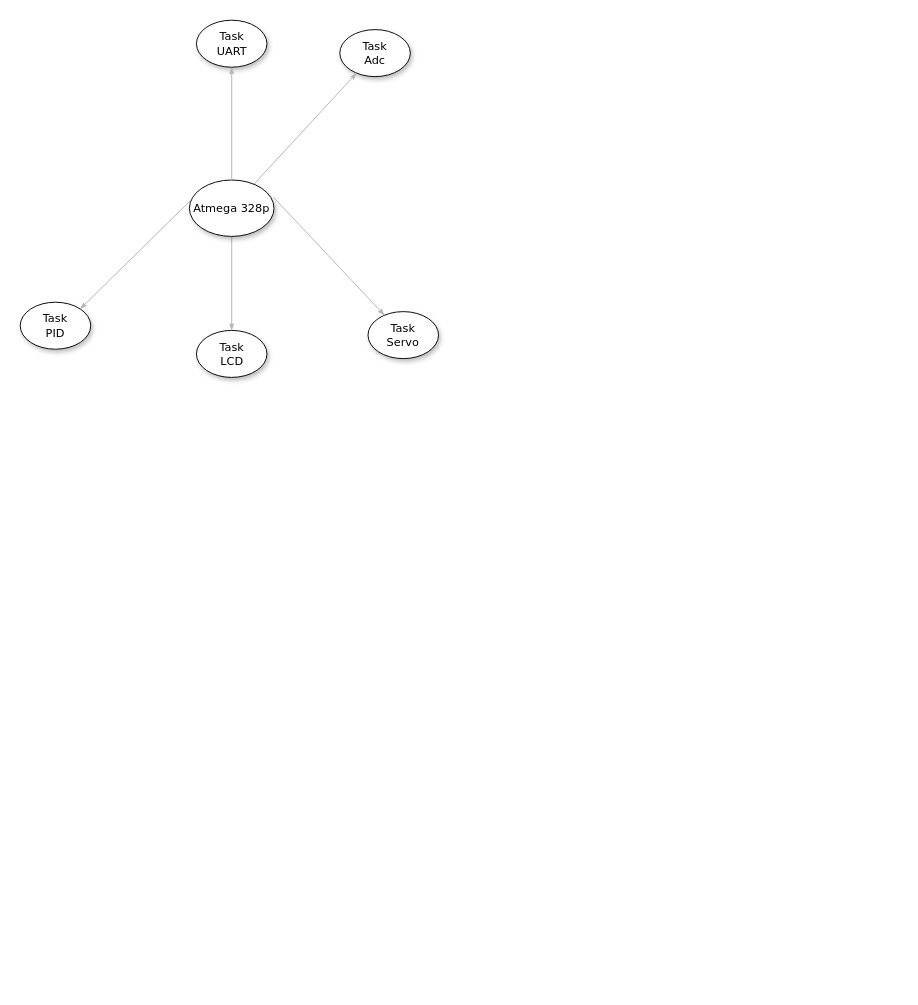
Above: Untitled Diagram.drawio in martin563/computadores2 (draw.io), before the change. Source tidied: cells renumbered, new cells numbered last; positions are measured from the earlier drawing's top-left corner, leaving out a move shared by most shapes. Both pictures are drawn from the tidied source at 94%, with x=0, y=0 at pixel (20, 20).
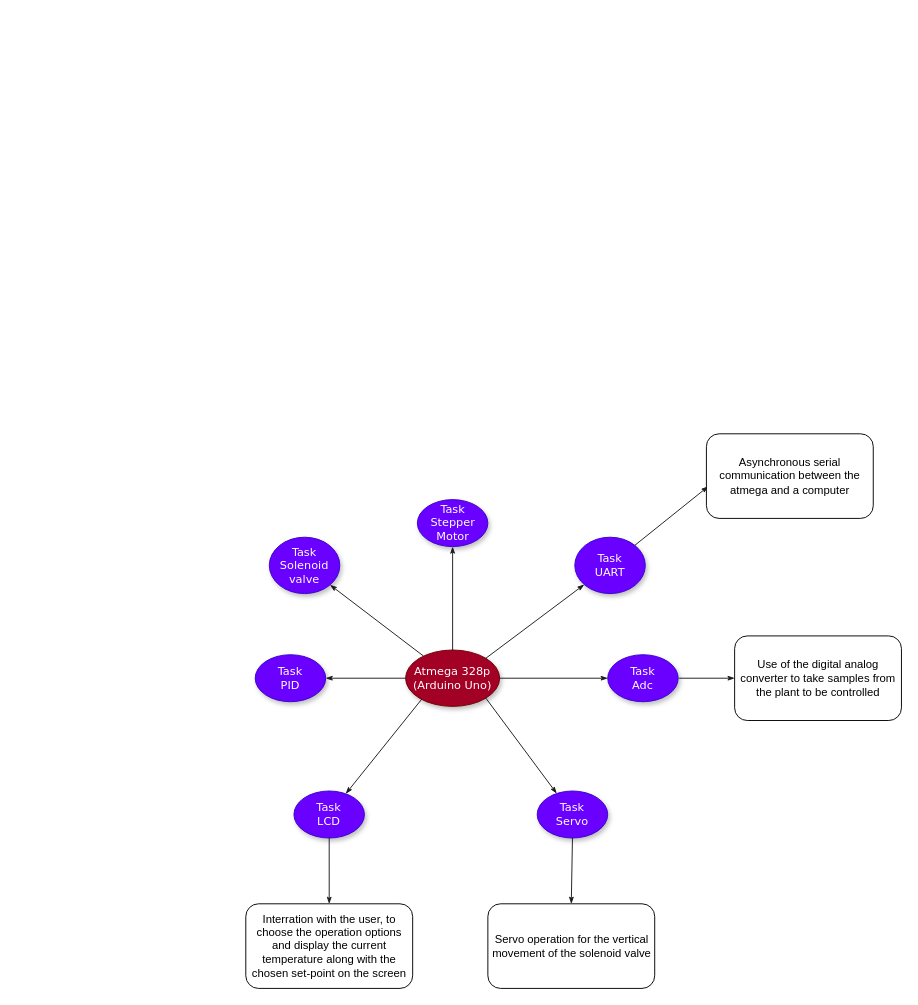
The same page after the edit.

Change to the diagram source:
```diff
@@
-    <mxCell id="2" style="edgeStyle=none;rounded=1;html=1;labelBackgroundColor=none;startArrow=none;startFill=0;startSize=5;endArrow=classicThin;endFill=1;endSize=5;jettySize=auto;strokeColor=#B3B3B3;strokeWidth=1;fontFamily=Verdana;fontSize=12;" parent="1" edge="1" source="3" target="4">
-      <mxGeometry relative="1" as="geometry" />
-    </mxCell>
-    <mxCell id="3" value="Atmega 328p" style="ellipse;whiteSpace=wrap;html=1;rounded=0;shadow=1;comic=0;labelBackgroundColor=none;strokeWidth=1;fontFamily=Verdana;fontSize=12;align=center;" parent="1" vertex="1">
-      <mxGeometry x="180" y="170" width="90" height="60" as="geometry" />
-    </mxCell>
+    <mxCell id="13" style="edgeStyle=none;rounded=1;html=1;labelBackgroundColor=none;startArrow=none;startFill=0;startSize=5;endArrow=classicThin;endFill=1;endSize=5;jettySize=auto;strokeWidth=1;fontFamily=Verdana;fontSize=12;fillColor=#e1d5e7;strokeColor=#1A1A1A;" parent="1" edge="1" target="4">
+      <mxGeometry relative="1" as="geometry">
+        <mxPoint x="429" y="720" as="sourcePoint" />
+      </mxGeometry>
+    </mxCell>
+    <mxCell id="14" value="Atmega 328p&lt;br&gt;(Arduino Uno)" style="ellipse;whiteSpace=wrap;html=1;rounded=0;shadow=1;comic=0;labelBackgroundColor=none;strokeWidth=1;fontFamily=Verdana;fontSize=12;align=center;fillColor=#a20025;strokeColor=#6F0000;fontColor=#ffffff;" parent="1" vertex="1">
+      <mxGeometry x="410" y="670" width="100" height="60" as="geometry" />
+    </mxCell>
-    <mxCell id="4" value="Task&lt;br&gt;LCD" style="ellipse;whiteSpace=wrap;html=1;rounded=0;shadow=1;comic=0;labelBackgroundColor=none;strokeWidth=1;fontFamily=Verdana;fontSize=12;align=center;" parent="1" vertex="1">
-      <mxGeometry x="187.5" y="330" width="75" height="50" as="geometry" />
+    <mxCell id="4" value="Task&lt;br&gt;LCD" style="ellipse;whiteSpace=wrap;html=1;rounded=0;shadow=1;comic=0;labelBackgroundColor=none;strokeWidth=1;fontFamily=Verdana;fontSize=12;align=center;fillColor=#6a00ff;strokeColor=#3700CC;fontColor=#ffffff;" parent="1" vertex="1">
+      <mxGeometry x="291.2" y="820" width="75" height="50" as="geometry" />
     </mxCell>
-    <mxCell id="5" value="Task&lt;br&gt;Servo" style="ellipse;whiteSpace=wrap;html=1;rounded=0;shadow=1;comic=0;labelBackgroundColor=none;strokeWidth=1;fontFamily=Verdana;fontSize=12;align=center;" parent="1" vertex="1">
-      <mxGeometry x="370" y="310" width="75" height="50" as="geometry" />
+    <mxCell id="5" value="Task&lt;br&gt;Servo" style="ellipse;whiteSpace=wrap;html=1;rounded=0;shadow=1;comic=0;labelBackgroundColor=none;strokeWidth=1;fontFamily=Verdana;fontSize=12;align=center;fillColor=#6a00ff;strokeColor=#3700CC;fontColor=#ffffff;" parent="1" vertex="1">
+      <mxGeometry x="550" y="820" width="75" height="50" as="geometry" />
     </mxCell>
-    <mxCell id="6" value="Task&lt;br&gt;PID" style="ellipse;whiteSpace=wrap;html=1;rounded=0;shadow=1;comic=0;labelBackgroundColor=none;strokeWidth=1;fontFamily=Verdana;fontSize=12;align=center;" parent="1" vertex="1">
-      <mxGeometry y="300" width="75" height="50" as="geometry" />
+    <mxCell id="6" value="Task&lt;br&gt;PID" style="ellipse;whiteSpace=wrap;html=1;rounded=0;shadow=1;comic=0;labelBackgroundColor=none;strokeWidth=1;fontFamily=Verdana;fontSize=12;align=center;fillColor=#6a00ff;strokeColor=#3700CC;fontColor=#ffffff;" parent="1" vertex="1">
+      <mxGeometry x="250" y="675" width="75" height="50" as="geometry" />
     </mxCell>
-    <mxCell id="7" style="edgeStyle=none;rounded=1;html=1;labelBackgroundColor=none;startArrow=none;startFill=0;startSize=5;endArrow=classicThin;endFill=1;endSize=5;jettySize=auto;strokeColor=#B3B3B3;strokeWidth=1;fontFamily=Verdana;fontSize=12;exitX=1;exitY=0.317;exitDx=0;exitDy=0;exitPerimeter=0;" parent="1" edge="1" source="3" target="5">
-      <mxGeometry relative="1" as="geometry" />
-    </mxCell>
-    <mxCell id="8" style="edgeStyle=none;rounded=1;html=1;labelBackgroundColor=none;startArrow=none;startFill=0;startSize=5;endArrow=classicThin;endFill=1;endSize=5;jettySize=auto;strokeColor=#B3B3B3;strokeWidth=1;fontFamily=Verdana;fontSize=12;entryX=1;entryY=0;entryDx=0;entryDy=0;exitX=0.022;exitY=0.35;exitDx=0;exitDy=0;exitPerimeter=0;" parent="1" edge="1" source="3" target="6">
-      <mxGeometry relative="1" as="geometry" />
-    </mxCell>
+    <mxCell id="15" style="edgeStyle=none;rounded=1;html=1;labelBackgroundColor=none;startArrow=none;startFill=0;startSize=5;endArrow=classicThin;endFill=1;endSize=5;jettySize=auto;strokeWidth=1;fontFamily=Verdana;fontSize=12;strokeColor=#1A1A1A;exitX=1;exitY=1;exitDx=0;exitDy=0;" parent="1" edge="1" source="14" target="5">
+      <mxGeometry relative="1" as="geometry" />
+    </mxCell>
+    <mxCell id="16" style="edgeStyle=none;rounded=1;html=1;labelBackgroundColor=none;startArrow=none;startFill=0;startSize=5;endArrow=classicThin;endFill=1;endSize=5;jettySize=auto;strokeWidth=1;fontFamily=Verdana;fontSize=12;strokeColor=#1A1A1A;exitX=1;exitY=0.5;exitDx=0;exitDy=0;" parent="1" edge="1" source="14" target="9">
+      <mxGeometry relative="1" as="geometry" />
+    </mxCell>
+    <mxCell id="11" value="Task&lt;br&gt;UART" style="ellipse;whiteSpace=wrap;html=1;rounded=0;shadow=1;comic=0;labelBackgroundColor=none;strokeWidth=1;fontFamily=Verdana;fontSize=12;align=center;fillColor=#6a00ff;strokeColor=#3700CC;fontColor=#ffffff;" parent="1" vertex="1">
+      <mxGeometry x="590" y="550" width="75" height="60" as="geometry" />
+    </mxCell>
+    <mxCell id="17" style="edgeStyle=none;rounded=1;html=1;labelBackgroundColor=none;startArrow=none;startFill=0;startSize=5;endArrow=classicThin;endFill=1;endSize=5;jettySize=auto;strokeWidth=1;fontFamily=Verdana;fontSize=12;exitX=1;exitY=0;exitDx=0;exitDy=0;strokeColor=#1A1A1A;" parent="1" edge="1" source="14" target="11">
+      <mxGeometry relative="1" as="geometry" />
+    </mxCell>
+    <mxCell id="18" value="Task&lt;br&gt;Solenoid valve" style="ellipse;whiteSpace=wrap;html=1;rounded=0;shadow=1;comic=0;labelBackgroundColor=none;strokeWidth=1;fontFamily=Verdana;fontSize=12;align=center;fillColor=#6a00ff;strokeColor=#3700CC;fontColor=#ffffff;" parent="1" vertex="1">
+      <mxGeometry x="265" y="550" width="75" height="60" as="geometry" />
+    </mxCell>
+    <mxCell id="19" style="edgeStyle=none;rounded=1;html=1;labelBackgroundColor=none;startArrow=none;startFill=0;startSize=5;endArrow=classicThin;endFill=1;endSize=5;jettySize=auto;strokeWidth=1;fontFamily=Verdana;fontSize=12;strokeColor=#1A1A1A;" parent="1" edge="1" source="14" target="18">
+      <mxGeometry relative="1" as="geometry" />
+    </mxCell>
+    <mxCell id="20" value="Task&lt;br&gt;Stepper Motor" style="ellipse;whiteSpace=wrap;html=1;rounded=0;shadow=1;comic=0;labelBackgroundColor=none;strokeWidth=1;fontFamily=Verdana;fontSize=12;align=center;fillColor=#6a00ff;strokeColor=#3700CC;fontColor=#ffffff;" parent="1" vertex="1">
+      <mxGeometry x="422.5" y="510" width="75" height="50" as="geometry" />
+    </mxCell>
+    <mxCell id="21" style="edgeStyle=none;rounded=1;html=1;labelBackgroundColor=none;startArrow=none;startFill=0;startSize=5;endArrow=classicThin;endFill=1;endSize=5;jettySize=auto;strokeWidth=1;fontFamily=Verdana;fontSize=12;exitX=0;exitY=0.5;exitDx=0;exitDy=0;strokeColor=#1A1A1A;" parent="1" edge="1" source="14" target="6">
+      <mxGeometry relative="1" as="geometry" />
+    </mxCell>
-    <mxCell id="9" value="Task&lt;br&gt;Adc" style="ellipse;whiteSpace=wrap;html=1;rounded=0;shadow=1;comic=0;labelBackgroundColor=none;strokeWidth=1;fontFamily=Verdana;fontSize=12;align=center;" parent="1" vertex="1">
-      <mxGeometry x="340" y="10" width="75" height="50" as="geometry" />
+    <mxCell id="9" value="Task&lt;br&gt;Adc" style="ellipse;whiteSpace=wrap;html=1;rounded=0;shadow=1;comic=0;labelBackgroundColor=none;strokeWidth=1;fontFamily=Verdana;fontSize=12;align=center;fillColor=#6a00ff;strokeColor=#3700CC;fontColor=#ffffff;" parent="1" vertex="1">
+      <mxGeometry x="625" y="675" width="75" height="50" as="geometry" />
     </mxCell>
-    <mxCell id="10" style="edgeStyle=none;rounded=1;html=1;labelBackgroundColor=none;startArrow=none;startFill=0;startSize=5;endArrow=classicThin;endFill=1;endSize=5;jettySize=auto;strokeColor=#B3B3B3;strokeWidth=1;fontFamily=Verdana;fontSize=12;" parent="1" edge="1" source="3" target="9">
-      <mxGeometry relative="1" as="geometry" />
-    </mxCell>
-    <mxCell id="11" value="Task&lt;br&gt;UART" style="ellipse;whiteSpace=wrap;html=1;rounded=0;shadow=1;comic=0;labelBackgroundColor=none;strokeWidth=1;fontFamily=Verdana;fontSize=12;align=center;" parent="1" vertex="1">
-      <mxGeometry x="187.5" width="75" height="50" as="geometry" />
-    </mxCell>
-    <mxCell id="12" style="edgeStyle=none;rounded=1;html=1;labelBackgroundColor=none;startArrow=none;startFill=0;startSize=5;endArrow=classicThin;endFill=1;endSize=5;jettySize=auto;strokeColor=#B3B3B3;strokeWidth=1;fontFamily=Verdana;fontSize=12;entryX=0.5;entryY=1;entryDx=0;entryDy=0;exitX=0.5;exitY=0;exitDx=0;exitDy=0;" parent="1" edge="1" source="3" target="11">
-      <mxGeometry relative="1" as="geometry" />
-    </mxCell>
+    <mxCell id="22" style="edgeStyle=none;rounded=1;html=1;labelBackgroundColor=none;startArrow=none;startFill=0;startSize=5;endArrow=classicThin;endFill=1;endSize=5;jettySize=auto;strokeWidth=1;fontFamily=Verdana;fontSize=12;exitX=0.5;exitY=0;exitDx=0;exitDy=0;entryX=0.5;entryY=1;entryDx=0;entryDy=0;strokeColor=#1A1A1A;" parent="1" edge="1" source="14" target="20">
+      <mxGeometry relative="1" as="geometry" />
+    </mxCell>
+    <mxCell id="23" style="edgeStyle=none;rounded=1;html=1;labelBackgroundColor=none;startArrow=none;startFill=0;startSize=5;endArrow=classicThin;endFill=1;endSize=5;jettySize=auto;strokeWidth=1;fontFamily=Verdana;fontSize=12;fillColor=#e1d5e7;strokeColor=#1A1A1A;exitX=0.5;exitY=1;exitDx=0;exitDy=0;" parent="1" edge="1" source="4" target="24">
+      <mxGeometry relative="1" as="geometry" />
+    </mxCell>
+    <mxCell id="24" value="Interration with the user, to choose the operation options and display the current temperature along with the chosen set-point on the screen" style="rounded=1;whiteSpace=wrap;html=1;" parent="1" vertex="1">
+      <mxGeometry x="240" y="940" width="177.5" height="90" as="geometry" />
+    </mxCell>
+    <mxCell id="25" style="edgeStyle=none;rounded=1;html=1;labelBackgroundColor=none;startArrow=none;startFill=0;startSize=5;endArrow=classicThin;endFill=1;endSize=5;jettySize=auto;strokeWidth=1;fontFamily=Verdana;fontSize=12;fillColor=#e1d5e7;strokeColor=#1A1A1A;exitX=0.5;exitY=1;exitDx=0;exitDy=0;entryX=0.5;entryY=0;entryDx=0;entryDy=0;" parent="1" edge="1" source="5" target="26">
+      <mxGeometry relative="1" as="geometry" />
+    </mxCell>
+    <mxCell id="26" value="Servo operation for the vertical movement of the solenoid valve" style="rounded=1;whiteSpace=wrap;html=1;" parent="1" vertex="1">
+      <mxGeometry x="497.5" y="940" width="177.5" height="90" as="geometry" />
+    </mxCell>
+    <mxCell id="27" style="edgeStyle=none;rounded=1;html=1;labelBackgroundColor=none;startArrow=none;startFill=0;startSize=5;endArrow=classicThin;endFill=1;endSize=5;jettySize=auto;orthogonalLoop=1;strokeWidth=1;fontFamily=Verdana;fontSize=12;fillColor=#e1d5e7;strokeColor=#1A1A1A;" parent="1" edge="1">
+      <mxGeometry relative="1" as="geometry">
+        <mxPoint x="701" y="700" as="sourcePoint" />
+        <mxPoint x="760" y="700" as="targetPoint" />
+      </mxGeometry>
+    </mxCell>
+    <mxCell id="28" value="Use of the digital analog converter to take samples from the plant to be controlled" style="rounded=1;whiteSpace=wrap;html=1;" parent="1" vertex="1">
+      <mxGeometry x="760" y="655" width="177.5" height="90" as="geometry" />
+    </mxCell>
+    <mxCell id="29" style="edgeStyle=none;rounded=1;html=1;labelBackgroundColor=none;startArrow=none;startFill=0;startSize=5;endArrow=classicThin;endFill=1;endSize=5;jettySize=auto;strokeWidth=1;fontFamily=Verdana;fontSize=12;fillColor=#e1d5e7;strokeColor=#1A1A1A;exitX=1;exitY=0;exitDx=0;exitDy=0;entryX=0.011;entryY=0.622;entryDx=0;entryDy=0;entryPerimeter=0;" parent="1" edge="1" source="11" target="30">
+      <mxGeometry relative="1" as="geometry" />
+    </mxCell>
+    <mxCell id="30" value="Asynchronous serial communication between the atmega and a computer" style="rounded=1;whiteSpace=wrap;html=1;" parent="1" vertex="1">
+      <mxGeometry x="730" y="440" width="177.5" height="90" as="geometry" />
+    </mxCell>
```
